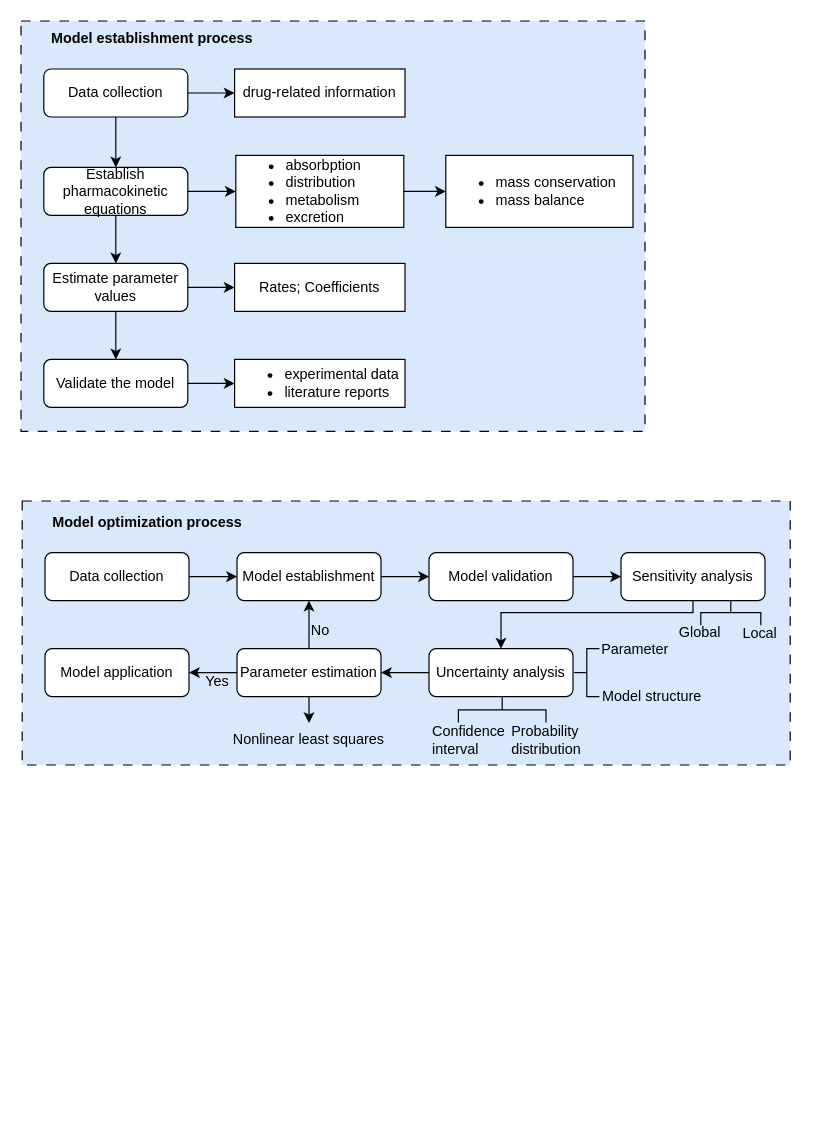
Above: page "PBPK_model" (6 of 6) of Fig_CS/treatment.drawio in jizhang02/Figure-Factory (draw.io), before the change. Source tidied: cells renumbered, new cells numbered last; positions are measured from the earlier drawing's top-left corner, leaving out a move shared by most shapes. Both pictures are drawn from the tidied source at 120%, with x=0, y=0 at pixel (20, 20).
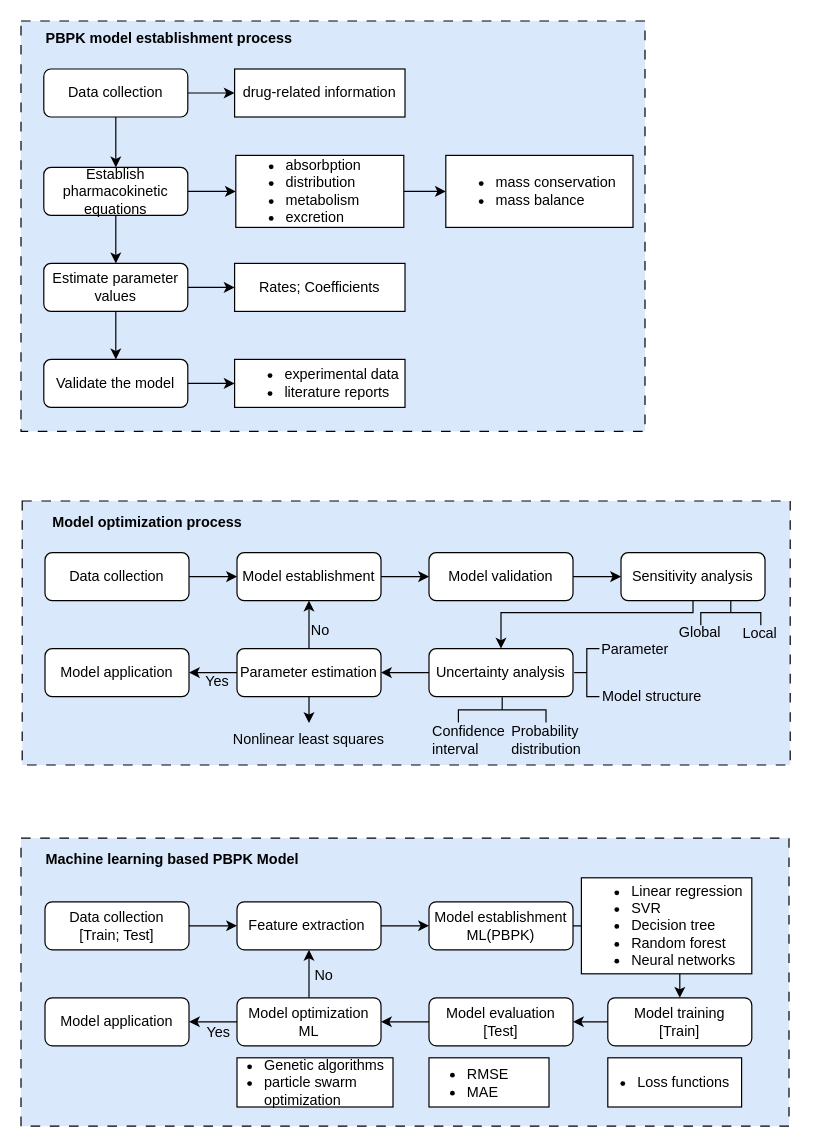
The same page after the edit.

The edit, as a diff of the source:
```diff
@@
+    <mxCell id="52" style="rounded=0;whiteSpace=wrap;html=1;glass=0;dashed=1;dashPattern=8 8;sketch=0;strokeColor=#000000;strokeWidth=1;fillColor=#dae8fc;" parent="1" vertex="1">
+      <mxGeometry y="681" width="640" height="240" as="geometry" />
+    </mxCell>
@@
-    <mxCell id="31" value="Model establishment process" style="text;html=1;strokeColor=none;fillColor=none;align=center;verticalAlign=middle;whiteSpace=wrap;rounded=0;fontStyle=1;" parent="1" vertex="1">
-      <mxGeometry x="19" width="181" height="30" as="geometry" />
+    <mxCell id="31" value="PBPK model establishment process" style="text;html=1;strokeColor=none;fillColor=none;align=left;verticalAlign=middle;whiteSpace=wrap;rounded=0;fontStyle=1;" parent="1" vertex="1">
+      <mxGeometry x="19" width="211" height="30" as="geometry" />
     </mxCell>
@@
+    <mxCell id="53" style="edgeStyle=orthogonalEdgeStyle;rounded=0;jettySize=auto;html=1;" parent="1" edge="1" source="54" target="56">
+      <mxGeometry relative="1" as="geometry" />
+    </mxCell>
+    <mxCell id="54" value="Data collection&lt;br&gt;[Train; Test]" style="rounded=1;whiteSpace=wrap;html=1;" parent="1" vertex="1">
+      <mxGeometry x="20" y="734" width="120" height="40" as="geometry" />
+    </mxCell>
+    <mxCell id="55" style="edgeStyle=orthogonalEdgeStyle;rounded=0;jettySize=auto;html=1;" parent="1" edge="1" source="56" target="58">
+      <mxGeometry relative="1" as="geometry" />
+    </mxCell>
+    <mxCell id="56" value="Feature extraction&amp;nbsp;" style="rounded=1;whiteSpace=wrap;html=1;" parent="1" vertex="1">
+      <mxGeometry x="180" y="734" width="120" height="40" as="geometry" />
+    </mxCell>
+    <mxCell id="57" style="edgeStyle=orthogonalEdgeStyle;rounded=0;jettySize=auto;html=1;" parent="1" edge="1" source="58" target="71">
+      <mxGeometry relative="1" as="geometry" />
+    </mxCell>
+    <mxCell id="58" value="Model establishment&lt;br&gt;ML(PBPK)" style="rounded=1;whiteSpace=wrap;html=1;" parent="1" vertex="1">
+      <mxGeometry x="340" y="734" width="120" height="40" as="geometry" />
+    </mxCell>
+    <mxCell id="59" style="edgeStyle=orthogonalEdgeStyle;rounded=0;jettySize=auto;html=1;" parent="1" edge="1" source="60" target="63">
+      <mxGeometry relative="1" as="geometry" />
+    </mxCell>
+    <mxCell id="60" value="Model evaluation&lt;br&gt;[Test]" style="rounded=1;whiteSpace=wrap;html=1;" parent="1" vertex="1">
+      <mxGeometry x="340" y="814" width="120" height="40" as="geometry" />
+    </mxCell>
+    <mxCell id="61" style="edgeStyle=orthogonalEdgeStyle;rounded=0;jettySize=auto;html=1;" parent="1" edge="1" source="63" target="64">
+      <mxGeometry relative="1" as="geometry" />
+    </mxCell>
+    <mxCell id="62" style="edgeStyle=orthogonalEdgeStyle;rounded=0;jettySize=auto;html=1;" parent="1" edge="1" source="63" target="56">
+      <mxGeometry relative="1" as="geometry" />
+    </mxCell>
+    <mxCell id="63" value="Model optimization&lt;br&gt;ML" style="rounded=1;whiteSpace=wrap;html=1;" parent="1" vertex="1">
+      <mxGeometry x="180" y="814" width="120" height="40" as="geometry" />
+    </mxCell>
+    <mxCell id="64" value="Model application" style="rounded=1;whiteSpace=wrap;html=1;" parent="1" vertex="1">
+      <mxGeometry x="20" y="814" width="120" height="40" as="geometry" />
+    </mxCell>
+    <mxCell id="65" value="No" style="text;html=1;strokeColor=none;fillColor=none;align=left;verticalAlign=middle;whiteSpace=wrap;rounded=0;" parent="1" vertex="1">
+      <mxGeometry x="243" y="781" width="60" height="30" as="geometry" />
+    </mxCell>
+    <mxCell id="66" value="Yes" style="text;html=1;strokeColor=none;fillColor=none;align=left;verticalAlign=middle;whiteSpace=wrap;rounded=0;" parent="1" vertex="1">
+      <mxGeometry x="153" y="828" width="60" height="30" as="geometry" />
+    </mxCell>
+    <mxCell id="67" value="&lt;ul&gt;&lt;li&gt;Linear regression&lt;/li&gt;&lt;li&gt;SVR&lt;/li&gt;&lt;li&gt;Decision tree&lt;/li&gt;&lt;li&gt;Random forest&lt;/li&gt;&lt;li&gt;Neural networks&lt;/li&gt;&lt;/ul&gt;" style="rounded=0;whiteSpace=wrap;html=1;align=left;" parent="1" vertex="1">
+      <mxGeometry x="467" y="714" width="142" height="80" as="geometry" />
+    </mxCell>
+    <mxCell id="68" value="&lt;ul&gt;&lt;li&gt;Genetic algorithms&lt;/li&gt;&lt;li&gt;particle swarm optimization&lt;/li&gt;&lt;/ul&gt;" style="rounded=0;whiteSpace=wrap;html=1;align=left;perimeterSpacing=0;spacingLeft=-19;" parent="1" vertex="1">
+      <mxGeometry x="180" y="864" width="130" height="41" as="geometry" />
+    </mxCell>
+    <mxCell id="69" value="&lt;ul&gt;&lt;li&gt;RMSE&lt;/li&gt;&lt;li&gt;MAE&lt;/li&gt;&lt;/ul&gt;" style="rounded=0;whiteSpace=wrap;html=1;align=left;spacingLeft=-10;" parent="1" vertex="1">
+      <mxGeometry x="340" y="864" width="100" height="41" as="geometry" />
+    </mxCell>
+    <mxCell id="70" style="edgeStyle=orthogonalEdgeStyle;rounded=0;jettySize=auto;html=1;entryX=1;entryY=0.5;entryDx=0;entryDy=0;" parent="1" edge="1" source="71" target="60">
+      <mxGeometry relative="1" as="geometry" />
+    </mxCell>
+    <mxCell id="71" value="Model training&lt;br&gt;[Train]" style="rounded=1;whiteSpace=wrap;html=1;" parent="1" vertex="1">
+      <mxGeometry x="489" y="814" width="120" height="40" as="geometry" />
+    </mxCell>
+    <mxCell id="72" value="&lt;ul&gt;&lt;li&gt;Loss functions&lt;/li&gt;&lt;/ul&gt;" style="rounded=0;whiteSpace=wrap;html=1;align=left;spacingLeft=-17;" parent="1" vertex="1">
+      <mxGeometry x="489" y="864" width="111.5" height="41" as="geometry" />
+    </mxCell>
+    <mxCell id="73" value="Machine learning based PBPK Model" style="text;html=1;strokeColor=none;fillColor=none;align=left;verticalAlign=middle;whiteSpace=wrap;rounded=0;fontStyle=1;" parent="1" vertex="1">
+      <mxGeometry x="19" y="684" width="250" height="30" as="geometry" />
+    </mxCell>
```
